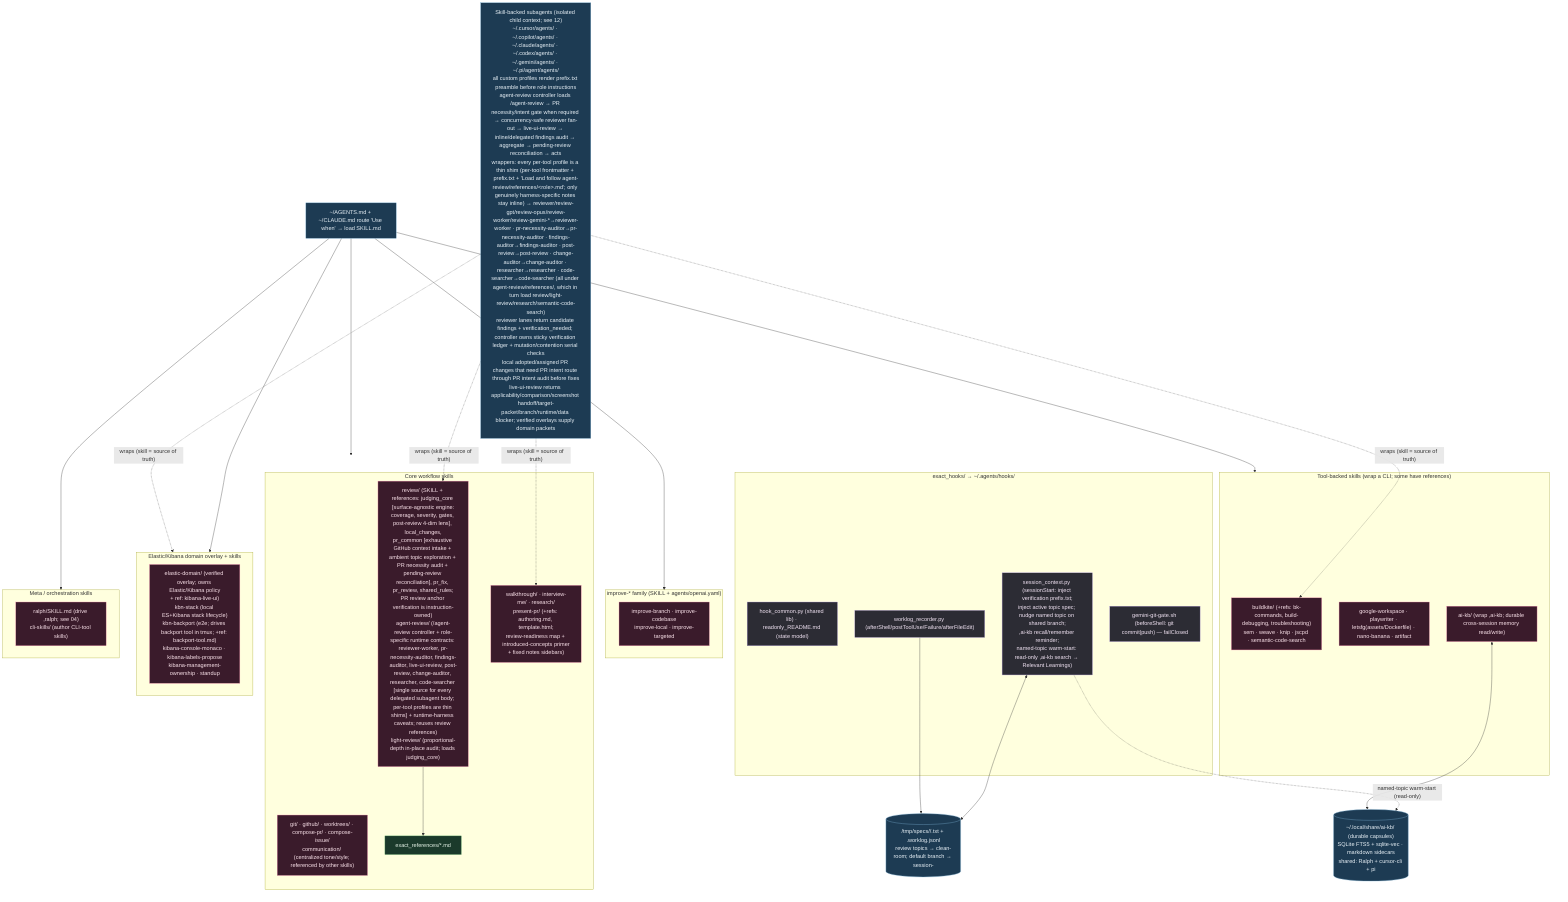
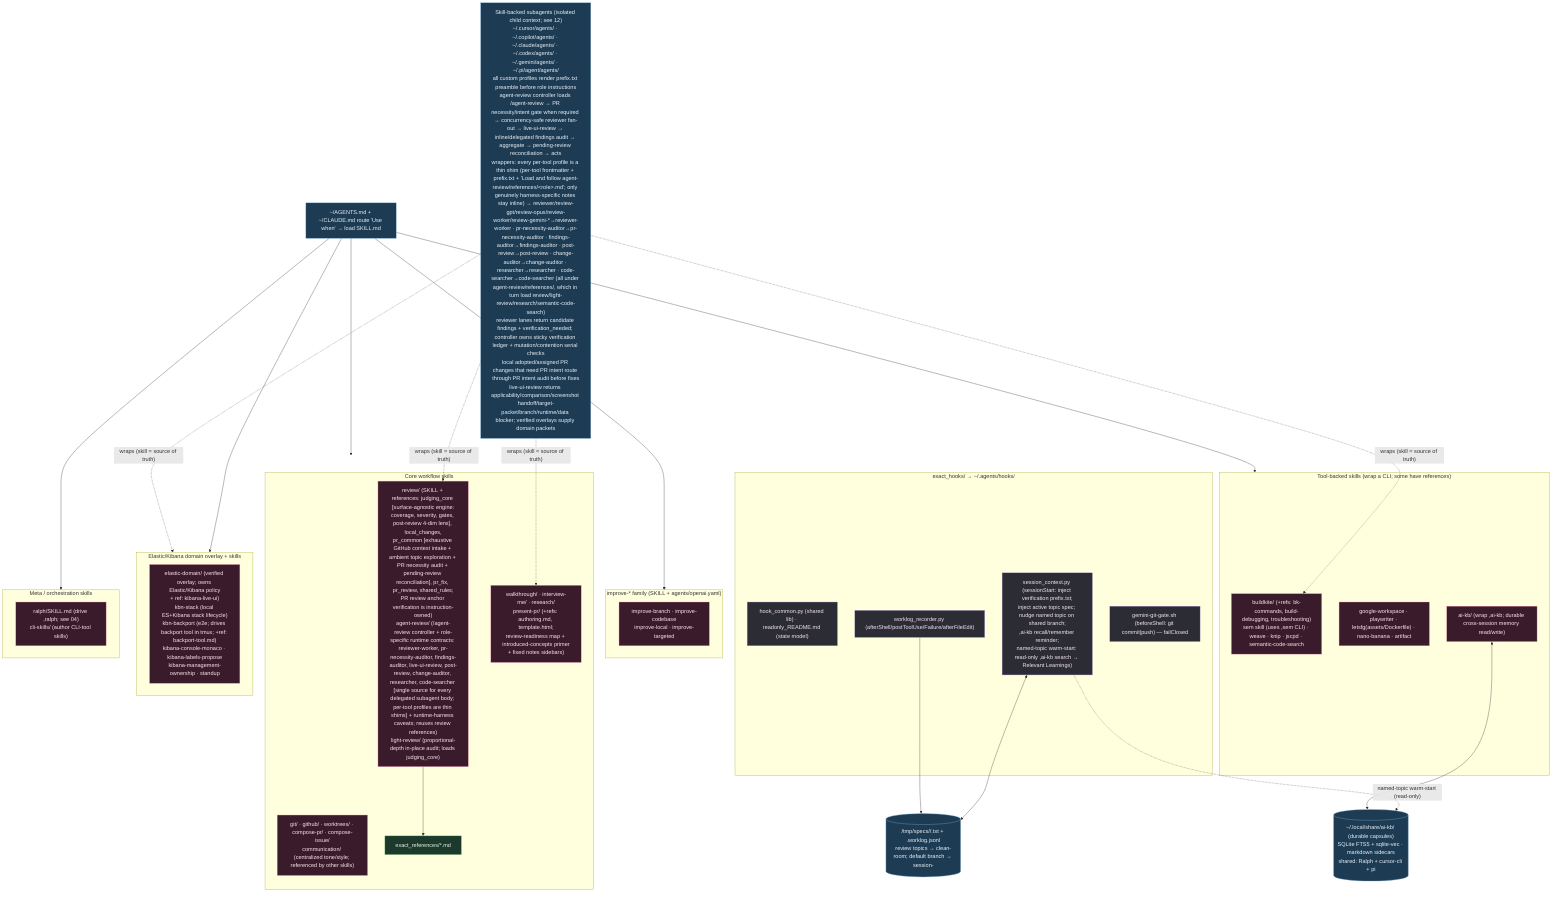
%% ============================================================================
%% 03b-agent-skills-hooks.mmd — Every file under home/exact_dot_agents/ (73).
%% Skills → ~/.agents/skills/ (intent-routed SKILL.md). Shared hooks → ~/.agents/hooks/.
%% ============================================================================
flowchart TB
    classDef skill fill:#3a1b2b,stroke:#f48fb1,color:#fce4ec;
    classDef hook fill:#2c2c34,stroke:#b39ddb,color:#f3e5f5;
    classDef ref fill:#1b3a2b,stroke:#81c784,color:#e8f5e9;
    classDef data fill:#1d3b53,stroke:#7fb3d5,color:#eaf2f8;

    subgraph HOOKS["exact_hooks/ → ~/.agents/hooks/"]
        HC["hook_common.py (shared lib) · readonly_README.md (state model)"]:::hook
        SCx["session_context.py (sessionStart: inject verification prefix.txt;<br/>inject active topic spec; nudge named topic on shared branch;<br/>,ai-kb recall/remember reminder;<br/>named-topic warm-start: read-only ,ai-kb search → Relevant Learnings)"]:::hook
        WLx["worklog_recorder.py (afterShell/postToolUse/Failure/afterFileEdit)"]:::hook
        GG["gemini-git-gate.sh (beforeShell: git commit|push) — failClosed"]:::hook
    end

    MEM[("/tmp/specs/<pwd>/<topic>.txt + .worklog.jsonl<br/>review topics → clean-room; default branch → session-<id>")]:::data
    SCx <--> MEM
    WLx --> MEM

    KBDB[("~/.local/share/ai-kb/ (durable capsules)<br/>SQLite FTS5 + sqlite-vec · markdown sidecars<br/>shared: Ralph + cursor-cli + pi")]:::data
    SCx -. "named-topic warm-start (read-only)" .-> KBDB

    subgraph CORE["Core workflow skills"]
        S1["review/ (SKILL + references: judging_core [surface-agnostic engine:<br/>coverage, severity, gates, post-review 4-dim lens], local_changes,<br/>pr_common [exhaustive GitHub context intake + ambient topic exploration + PR necessity audit + pending-review reconciliation], pr_fix, pr_review, shared_rules;<br/>PR review anchor verification is instruction-owned)<br/>agent-review/ (/agent-review controller + role-specific runtime contracts: reviewer-worker, pr-necessity-auditor, findings-auditor, live-ui-review, post-review, change-auditor, researcher, code-searcher [single source for every delegated subagent body; per-tool profiles are thin shims] + runtime-harness caveats; reuses review references)<br/>light-review/ (proportional-depth in-place audit; loads judging_core)"]:::skill
        S2["git/ · github/ · worktrees/ · compose-pr/ · compose-issue/<br/>communication/ (centralized tone/style; referenced by other skills)"]:::skill
        S3["walkthrough/ · interview-me/ · research/<br/>present-pr/ (+refs: authoring.md, template.html;<br/>review-readiness map + introduced-concepts primer<br/>+ fixed notes sidebars)"]:::skill
        S1 --> R1["exact_references/*.md"]:::ref
    end

    subgraph IMPROVE["improve-* family (SKILL + agents/openai.yaml)"]
        S4["improve-branch · improve-codebase<br/>improve-local · improve-targeted"]:::skill
    end

    subgraph TOOLS["Tool-backed skills (wrap a CLI; some have references)"]
-         S5["buildkite/ (+refs: bk-commands, build-debugging, troubleshooting)<br/>sem · weave · knip · jscpd · semantic-code-search"]:::skill
+         S5["buildkite/ (+refs: bk-commands, build-debugging, troubleshooting)<br/>sem skill (uses ,sem CLI) · weave · knip · jscpd · semantic-code-search"]:::skill
        S6["google-workspace · playwriter · letsfg(assets/Dockerfile) · nano-banana · artifact"]:::skill
        S7["ai-kb/ (wrap ,ai-kb; durable cross-session memory read/write)"]:::skill
    end

    subgraph KBN["Elastic/Kibana domain overlay + skills"]
        S8["elastic-domain/ (verified overlay; owns Elastic/Kibana policy<br/>+ ref: kibana-live-ui)<br/>kbn-stack (local ES+Kibana stack lifecycle)<br/>kbn-backport (e2e; drives backport tool in tmux; +ref: backport-tool.md)<br/>kibana-console-monaco · kibana-labels-propose<br/>kibana-management-ownership · standup"]:::skill
    end

    subgraph META["Meta / orchestration skills"]
        S9["ralph/SKILL.md (drive ,ralph; see 04)<br/>cli-skills/ (author CLI-tool skills)"]:::skill
    end

    SOPS["~/AGENTS.md + ~/CLAUDE.md route 'Use when' → load SKILL.md"]:::data
    SOPS --> CORE & IMPROVE & TOOLS & KBN & META
    S7 <--> KBDB

    SUBA["Skill-backed subagents (isolated child context; see 12)<br/>~/.cursor/agents/ · ~/.copilot/agents/ · ~/.claude/agents/ · ~/.codex/agents/ · ~/.gemini/agents/ · ~/.pi/agent/agents/<br/>all custom profiles render prefix.txt preamble before role instructions<br/>agent-review controller loads /agent-review → PR necessity/intent gate when required → concurrency-safe reviewer fan-out → live-ui-review → inline/delegated findings audit → aggregate → pending-review reconciliation → acts<br/>wrappers: every per-tool profile is a thin shim (per-tool frontmatter + prefix.txt + 'Load and follow agent-review/references/&lt;role&gt;.md'; only genuinely harness-specific notes stay inline) → reviewer/review-gpt/review-opus/review-worker/review-gemini-*→reviewer-worker · pr-necessity-auditor→pr-necessity-auditor · findings-auditor→findings-auditor · post-review→post-review · change-auditor→change-auditor · researcher→researcher · code-searcher→code-searcher (all under agent-review/references/, which in turn load review/light-review/research/semantic-code-search)<br/>reviewer lanes return candidate findings + verification_needed; controller owns sticky verification ledger + mutation/contention serial checks<br/>local adopted/assigned PR changes that need PR intent route through PR intent audit before fixes<br/>live-ui-review returns applicability/comparison/screenshot handoff/target-packet/branch/runtime/data blocker; verified overlays supply domain packets"]:::data
    SUBA -.->|"wraps (skill = source of truth)"| S1 & S3 & S5 & KBN
